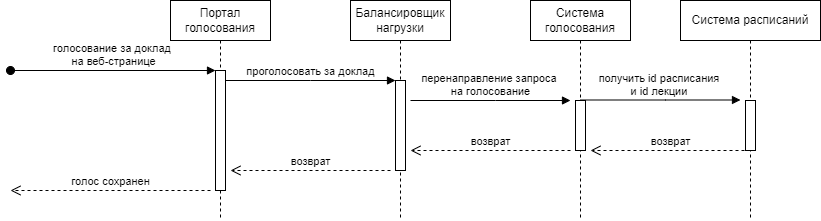
The draw.io diagram pictures/UC-10.png in IrinaMarahtanova/architecture-cata, before a commit. Source tidied: cells renumbered, new cells last; positions are measured from the earlier drawing's top-left corner, leaving out a move shared by most shapes. The source it was exported from:
```xml
<mxGraphModel>
  <root>
    <mxCell id="0" />
    <mxCell id="1" parent="0" />
    <mxCell id="2" value="Портал голосования" style="shape=umlLifeline;perimeter=lifelinePerimeter;whiteSpace=wrap;html=1;newEdgeStyle={&quot;edgeStyle&quot;:&quot;elbowEdgeStyle&quot;,&quot;elbow&quot;:&quot;vertical&quot;,&quot;curved&quot;:0,&quot;rounded&quot;:0};" parent="1" vertex="1">
      <mxGeometry x="160" width="100" height="220" as="geometry" />
    </mxCell>
    <mxCell id="3" style="html=1;points=[];perimeter=orthogonalPerimeter;outlineConnect=0;targetShapes=umlLifeline;portConstraint=eastwest;newEdgeStyle={&quot;edgeStyle&quot;:&quot;elbowEdgeStyle&quot;,&quot;elbow&quot;:&quot;vertical&quot;,&quot;curved&quot;:0,&quot;rounded&quot;:0};" parent="2" vertex="1">
      <mxGeometry x="45" y="70" width="10" height="120" as="geometry" />
    </mxCell>
    <mxCell id="4" value="голосование за доклад&amp;nbsp;&lt;div&gt;на веб-странице&lt;/div&gt;" style="html=1;verticalAlign=bottom;startArrow=oval;endArrow=block;startSize=8;edgeStyle=elbowEdgeStyle;elbow=vertical;curved=0;rounded=0;" parent="2" edge="1" target="3">
      <mxGeometry relative="1" as="geometry">
        <mxPoint x="-160" y="70" as="sourcePoint" />
      </mxGeometry>
    </mxCell>
    <mxCell id="5" value="Балансировщик нагрузки" style="shape=umlLifeline;perimeter=lifelinePerimeter;whiteSpace=wrap;html=1;newEdgeStyle={&quot;edgeStyle&quot;:&quot;elbowEdgeStyle&quot;,&quot;elbow&quot;:&quot;vertical&quot;,&quot;curved&quot;:0,&quot;rounded&quot;:0};" parent="1" vertex="1">
      <mxGeometry x="340" width="100" height="220" as="geometry" />
    </mxCell>
    <mxCell id="6" style="html=1;points=[];perimeter=orthogonalPerimeter;outlineConnect=0;targetShapes=umlLifeline;portConstraint=eastwest;newEdgeStyle={&quot;edgeStyle&quot;:&quot;elbowEdgeStyle&quot;,&quot;elbow&quot;:&quot;vertical&quot;,&quot;curved&quot;:0,&quot;rounded&quot;:0};" parent="5" vertex="1">
      <mxGeometry x="45" y="80" width="10" height="90" as="geometry" />
    </mxCell>
    <mxCell id="7" value="проголосовать за доклад" style="html=1;verticalAlign=bottom;endArrow=block;edgeStyle=elbowEdgeStyle;elbow=vertical;curved=0;rounded=0;" parent="1" edge="1" source="3" target="6">
      <mxGeometry relative="1" as="geometry">
        <Array as="points">
          <mxPoint x="300" y="80" />
        </Array>
      </mxGeometry>
    </mxCell>
    <mxCell id="8" value="Система голосования" style="shape=umlLifeline;perimeter=lifelinePerimeter;whiteSpace=wrap;html=1;newEdgeStyle={&quot;edgeStyle&quot;:&quot;elbowEdgeStyle&quot;,&quot;elbow&quot;:&quot;vertical&quot;,&quot;curved&quot;:0,&quot;rounded&quot;:0};" parent="1" vertex="1">
      <mxGeometry x="520" width="100" height="220" as="geometry" />
    </mxCell>
    <mxCell id="9" style="html=1;points=[];perimeter=orthogonalPerimeter;outlineConnect=0;targetShapes=umlLifeline;portConstraint=eastwest;newEdgeStyle={&quot;edgeStyle&quot;:&quot;elbowEdgeStyle&quot;,&quot;elbow&quot;:&quot;vertical&quot;,&quot;curved&quot;:0,&quot;rounded&quot;:0};" parent="8" vertex="1">
      <mxGeometry x="45" y="100" width="10" height="50" as="geometry" />
    </mxCell>
    <mxCell id="10" value="перенаправление запроса&amp;nbsp;&lt;div&gt;на голосование&lt;/div&gt;" style="html=1;verticalAlign=bottom;endArrow=block;edgeStyle=elbowEdgeStyle;elbow=horizontal;curved=0;rounded=0;" parent="1" edge="1">
      <mxGeometry relative="1" as="geometry">
        <mxPoint x="400" y="100" as="sourcePoint" />
        <mxPoint x="560" y="100" as="targetPoint" />
        <Array as="points">
          <mxPoint x="485" y="100" />
        </Array>
      </mxGeometry>
    </mxCell>
    <mxCell id="11" value="возврат" style="html=1;verticalAlign=bottom;endArrow=open;dashed=1;endSize=8;edgeStyle=elbowEdgeStyle;elbow=horizontal;curved=0;rounded=0;" parent="1" edge="1">
      <mxGeometry relative="1" as="geometry">
        <mxPoint x="560" y="150" as="sourcePoint" />
        <mxPoint x="400" y="150" as="targetPoint" />
        <Array as="points">
          <mxPoint x="485" y="150" />
        </Array>
      </mxGeometry>
    </mxCell>
    <mxCell id="12" value="возврат" style="html=1;verticalAlign=bottom;endArrow=open;dashed=1;endSize=8;edgeStyle=elbowEdgeStyle;elbow=horizontal;curved=0;rounded=0;" parent="1" edge="1">
      <mxGeometry relative="1" as="geometry">
        <mxPoint x="380" y="170" as="sourcePoint" />
        <mxPoint x="220" y="170" as="targetPoint" />
        <Array as="points">
          <mxPoint x="305" y="170" />
        </Array>
      </mxGeometry>
    </mxCell>
    <mxCell id="13" value="голос сохранен" style="html=1;verticalAlign=bottom;endArrow=open;dashed=1;endSize=8;edgeStyle=elbowEdgeStyle;elbow=horizontal;curved=0;rounded=0;" parent="1" edge="1">
      <mxGeometry relative="1" as="geometry">
        <mxPoint x="200" y="190" as="sourcePoint" />
        <mxPoint y="190" as="targetPoint" />
        <Array as="points">
          <mxPoint x="125" y="190" />
        </Array>
      </mxGeometry>
    </mxCell>
    <mxCell id="14" value="Система расписаний" style="shape=umlLifeline;perimeter=lifelinePerimeter;whiteSpace=wrap;html=1;newEdgeStyle={&quot;edgeStyle&quot;:&quot;elbowEdgeStyle&quot;,&quot;elbow&quot;:&quot;vertical&quot;,&quot;curved&quot;:0,&quot;rounded&quot;:0};" parent="1" vertex="1">
      <mxGeometry x="670" width="140" height="220" as="geometry" />
    </mxCell>
    <mxCell id="15" style="html=1;points=[];perimeter=orthogonalPerimeter;outlineConnect=0;targetShapes=umlLifeline;portConstraint=eastwest;newEdgeStyle={&quot;edgeStyle&quot;:&quot;elbowEdgeStyle&quot;,&quot;elbow&quot;:&quot;vertical&quot;,&quot;curved&quot;:0,&quot;rounded&quot;:0};" parent="14" vertex="1">
      <mxGeometry x="65" y="100" width="10" height="50" as="geometry" />
    </mxCell>
    <mxCell id="16" value="получить id расписания&amp;nbsp;&lt;div&gt;и id лекции&amp;nbsp;&lt;/div&gt;" style="html=1;verticalAlign=bottom;endArrow=block;edgeStyle=elbowEdgeStyle;elbow=vertical;curved=0;rounded=0;" parent="1" edge="1">
      <mxGeometry relative="1" as="geometry">
        <mxPoint x="570" y="99.5" as="sourcePoint" />
        <mxPoint x="730" y="99.5" as="targetPoint" />
        <Array as="points">
          <mxPoint x="655" y="99.5" />
        </Array>
      </mxGeometry>
    </mxCell>
    <mxCell id="17" value="возврат" style="html=1;verticalAlign=bottom;endArrow=open;dashed=1;endSize=8;edgeStyle=elbowEdgeStyle;elbow=horizontal;curved=0;rounded=0;" parent="1" edge="1">
      <mxGeometry relative="1" as="geometry">
        <mxPoint x="740" y="150" as="sourcePoint" />
        <mxPoint x="580" y="150" as="targetPoint" />
        <Array as="points">
          <mxPoint x="665" y="150" />
        </Array>
      </mxGeometry>
    </mxCell>
  </root>
</mxGraphModel>
```
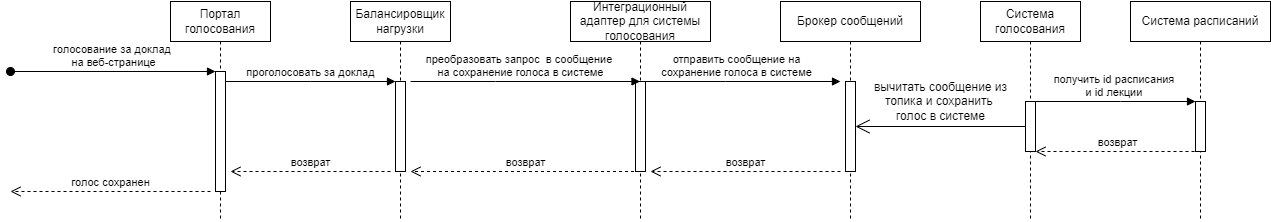
Later version of the same file.

What changed in the source:
```diff
@@ -27,29 +27,11 @@
       </mxGeometry>
     </mxCell>
     <mxCell id="8" value="Система голосования" style="shape=umlLifeline;perimeter=lifelinePerimeter;whiteSpace=wrap;html=1;newEdgeStyle={&quot;edgeStyle&quot;:&quot;elbowEdgeStyle&quot;,&quot;elbow&quot;:&quot;vertical&quot;,&quot;curved&quot;:0,&quot;rounded&quot;:0};" parent="1" vertex="1">
-      <mxGeometry x="520" width="100" height="220" as="geometry" />
+      <mxGeometry x="970" width="100" height="220" as="geometry" />
     </mxCell>
     <mxCell id="9" style="html=1;points=[];perimeter=orthogonalPerimeter;outlineConnect=0;targetShapes=umlLifeline;portConstraint=eastwest;newEdgeStyle={&quot;edgeStyle&quot;:&quot;elbowEdgeStyle&quot;,&quot;elbow&quot;:&quot;vertical&quot;,&quot;curved&quot;:0,&quot;rounded&quot;:0};" parent="8" vertex="1">
       <mxGeometry x="45" y="100" width="10" height="50" as="geometry" />
     </mxCell>
-    <mxCell id="10" value="перенаправление запроса&amp;nbsp;&lt;div&gt;на голосование&lt;/div&gt;" style="html=1;verticalAlign=bottom;endArrow=block;edgeStyle=elbowEdgeStyle;elbow=horizontal;curved=0;rounded=0;" parent="1" edge="1">
-      <mxGeometry relative="1" as="geometry">
-        <mxPoint x="400" y="100" as="sourcePoint" />
-        <mxPoint x="560" y="100" as="targetPoint" />
-        <Array as="points">
-          <mxPoint x="485" y="100" />
-        </Array>
-      </mxGeometry>
-    </mxCell>
-    <mxCell id="11" value="возврат" style="html=1;verticalAlign=bottom;endArrow=open;dashed=1;endSize=8;edgeStyle=elbowEdgeStyle;elbow=horizontal;curved=0;rounded=0;" parent="1" edge="1">
-      <mxGeometry relative="1" as="geometry">
-        <mxPoint x="560" y="150" as="sourcePoint" />
-        <mxPoint x="400" y="150" as="targetPoint" />
-        <Array as="points">
-          <mxPoint x="485" y="150" />
-        </Array>
-      </mxGeometry>
-    </mxCell>
     <mxCell id="12" value="возврат" style="html=1;verticalAlign=bottom;endArrow=open;dashed=1;endSize=8;edgeStyle=elbowEdgeStyle;elbow=horizontal;curved=0;rounded=0;" parent="1" edge="1">
       <mxGeometry relative="1" as="geometry">
         <mxPoint x="380" y="170" as="sourcePoint" />
@@ -69,28 +51,77 @@
       </mxGeometry>
     </mxCell>
     <mxCell id="14" value="Система расписаний" style="shape=umlLifeline;perimeter=lifelinePerimeter;whiteSpace=wrap;html=1;newEdgeStyle={&quot;edgeStyle&quot;:&quot;elbowEdgeStyle&quot;,&quot;elbow&quot;:&quot;vertical&quot;,&quot;curved&quot;:0,&quot;rounded&quot;:0};" parent="1" vertex="1">
-      <mxGeometry x="670" width="140" height="220" as="geometry" />
+      <mxGeometry x="1120" width="140" height="220" as="geometry" />
     </mxCell>
     <mxCell id="15" style="html=1;points=[];perimeter=orthogonalPerimeter;outlineConnect=0;targetShapes=umlLifeline;portConstraint=eastwest;newEdgeStyle={&quot;edgeStyle&quot;:&quot;elbowEdgeStyle&quot;,&quot;elbow&quot;:&quot;vertical&quot;,&quot;curved&quot;:0,&quot;rounded&quot;:0};" parent="14" vertex="1">
       <mxGeometry x="65" y="100" width="10" height="50" as="geometry" />
     </mxCell>
-    <mxCell id="16" value="получить id расписания&amp;nbsp;&lt;div&gt;и id лекции&amp;nbsp;&lt;/div&gt;" style="html=1;verticalAlign=bottom;endArrow=block;edgeStyle=elbowEdgeStyle;elbow=vertical;curved=0;rounded=0;" parent="1" edge="1">
+    <mxCell id="16" value="получить id расписания&amp;nbsp;&lt;div&gt;и id лекции&amp;nbsp;&lt;/div&gt;" style="html=1;verticalAlign=bottom;endArrow=block;edgeStyle=elbowEdgeStyle;elbow=vertical;curved=0;rounded=0;" parent="1" edge="1" source="9" target="15">
       <mxGeometry relative="1" as="geometry">
-        <mxPoint x="570" y="99.5" as="sourcePoint" />
-        <mxPoint x="730" y="99.5" as="targetPoint" />
         <Array as="points">
-          <mxPoint x="655" y="99.5" />
+          <mxPoint x="1110" y="100" />
         </Array>
       </mxGeometry>
     </mxCell>
-    <mxCell id="17" value="возврат" style="html=1;verticalAlign=bottom;endArrow=open;dashed=1;endSize=8;edgeStyle=elbowEdgeStyle;elbow=horizontal;curved=0;rounded=0;" parent="1" edge="1">
+    <mxCell id="17" value="возврат" style="html=1;verticalAlign=bottom;endArrow=open;dashed=1;endSize=8;edgeStyle=elbowEdgeStyle;elbow=horizontal;curved=0;rounded=0;" parent="1" edge="1" target="9">
       <mxGeometry relative="1" as="geometry">
-        <mxPoint x="740" y="150" as="sourcePoint" />
-        <mxPoint x="580" y="150" as="targetPoint" />
+        <mxPoint x="1190" y="150" as="sourcePoint" />
         <Array as="points">
-          <mxPoint x="665" y="150" />
+          <mxPoint x="1115" y="150" />
         </Array>
       </mxGeometry>
     </mxCell>
+    <mxCell id="18" value="Интеграционный адаптер для системы голосования" style="shape=umlLifeline;perimeter=lifelinePerimeter;whiteSpace=wrap;html=1;outlineConnect=0;portConstraint=eastwest;newEdgeStyle={&quot;edgeStyle&quot;:&quot;elbowEdgeStyle&quot;,&quot;elbow&quot;:&quot;vertical&quot;,&quot;curved&quot;:0,&quot;rounded&quot;:0};" parent="1" vertex="1">
+      <mxGeometry x="560" width="140" height="220" as="geometry" />
+    </mxCell>
+    <mxCell id="19" style="html=1;perimeter=orthogonalPerimeter;targetShapes=umlLifeline;newEdgeStyle={&quot;edgeStyle&quot;:&quot;elbowEdgeStyle&quot;,&quot;elbow&quot;:&quot;vertical&quot;,&quot;curved&quot;:0,&quot;rounded&quot;:0};" parent="18" vertex="1">
+      <mxGeometry x="65" y="80" width="10" height="90" as="geometry" />
+    </mxCell>
+    <mxCell id="20" value="преобразовать запрос&amp;nbsp; в сообщение&amp;nbsp;&lt;div&gt;на сохранение голоса в системе&lt;/div&gt;" style="html=1;verticalAlign=bottom;endArrow=block;edgeStyle=elbowEdgeStyle;elbow=vertical;curved=0;rounded=0;" parent="1" edge="1" target="18">
+      <mxGeometry x="-0.04" relative="1" as="geometry">
+        <mxPoint x="400" y="80" as="sourcePoint" />
+        <Array as="points">
+          <mxPoint x="485" y="80" />
+        </Array>
+      </mxGeometry>
+    </mxCell>
+    <mxCell id="21" value="возврат" style="html=1;verticalAlign=bottom;endArrow=open;dashed=1;endSize=8;edgeStyle=elbowEdgeStyle;elbow=horizontal;curved=0;rounded=0;" parent="1" edge="1" source="18">
+      <mxGeometry relative="1" as="geometry">
+        <mxPoint x="400" y="170" as="targetPoint" />
+        <Array as="points">
+          <mxPoint x="485" y="170" />
+        </Array>
+      </mxGeometry>
+    </mxCell>
+    <mxCell id="22" value="Брокер сообщений" style="shape=umlLifeline;perimeter=lifelinePerimeter;whiteSpace=wrap;html=1;newEdgeStyle={&quot;edgeStyle&quot;:&quot;elbowEdgeStyle&quot;,&quot;elbow&quot;:&quot;vertical&quot;,&quot;curved&quot;:0,&quot;rounded&quot;:0};" parent="1" vertex="1">
+      <mxGeometry x="770" width="140" height="220" as="geometry" />
+    </mxCell>
+    <mxCell id="23" style="html=1;points=[];perimeter=orthogonalPerimeter;outlineConnect=0;targetShapes=umlLifeline;portConstraint=eastwest;newEdgeStyle={&quot;edgeStyle&quot;:&quot;elbowEdgeStyle&quot;,&quot;elbow&quot;:&quot;vertical&quot;,&quot;curved&quot;:0,&quot;rounded&quot;:0};" parent="22" vertex="1">
+      <mxGeometry x="65" y="80" width="10" height="90" as="geometry" />
+    </mxCell>
+    <mxCell id="24" value="отправить сообщение на&lt;div&gt;сохранение голоса в системе&lt;/div&gt;" style="html=1;verticalAlign=bottom;endArrow=block;edgeStyle=elbowEdgeStyle;elbow=vertical;curved=0;rounded=0;" parent="1" edge="1">
+      <mxGeometry x="-0.04" relative="1" as="geometry">
+        <mxPoint x="630" y="80" as="sourcePoint" />
+        <mxPoint x="830" y="80" as="targetPoint" />
+        <Array as="points">
+          <mxPoint x="715" y="80" />
+        </Array>
+      </mxGeometry>
+    </mxCell>
+    <mxCell id="25" value="возврат" style="html=1;verticalAlign=bottom;endArrow=open;dashed=1;endSize=8;edgeStyle=elbowEdgeStyle;elbow=horizontal;curved=0;rounded=0;" parent="1" edge="1">
+      <mxGeometry relative="1" as="geometry">
+        <mxPoint x="830" y="170" as="sourcePoint" />
+        <mxPoint x="640" y="170" as="targetPoint" />
+        <Array as="points">
+          <mxPoint x="725" y="170" />
+        </Array>
+      </mxGeometry>
+    </mxCell>
+    <mxCell id="26" style="endArrow=open;endFill=1;endSize=12;html=1;rounded=0;" parent="1" edge="1" source="9" target="23">
+      <mxGeometry relative="1" as="geometry" />
+    </mxCell>
+    <mxCell id="27" value="вычитать сообщение из&lt;div&gt;топика и сохранить&amp;nbsp;&lt;/div&gt;&lt;div&gt;голос в системе&lt;/div&gt;" style="text;html=1;align=center;verticalAlign=middle;strokeColor=none;fillColor=none;" parent="1" vertex="1">
+      <mxGeometry x="850" y="70" width="160" height="60" as="geometry" />
+    </mxCell>
   </root>
 </mxGraphModel>
```
